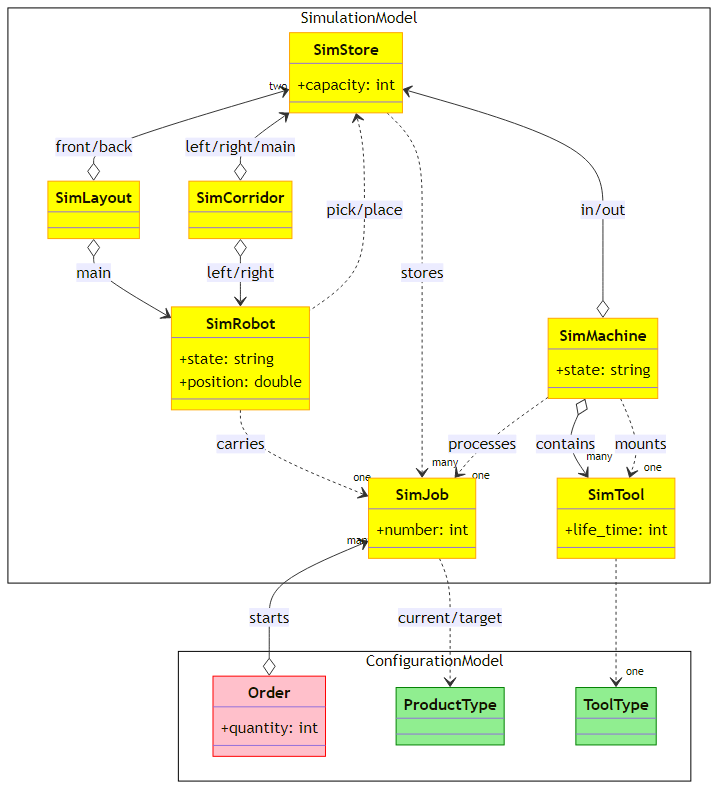
The Mermaid diagram models/simulation-model-full.png in ghackenberg/salabim-grid-plant-3D, before a commit. Its source is kept beside it as models/simulation-model-full.mmd.
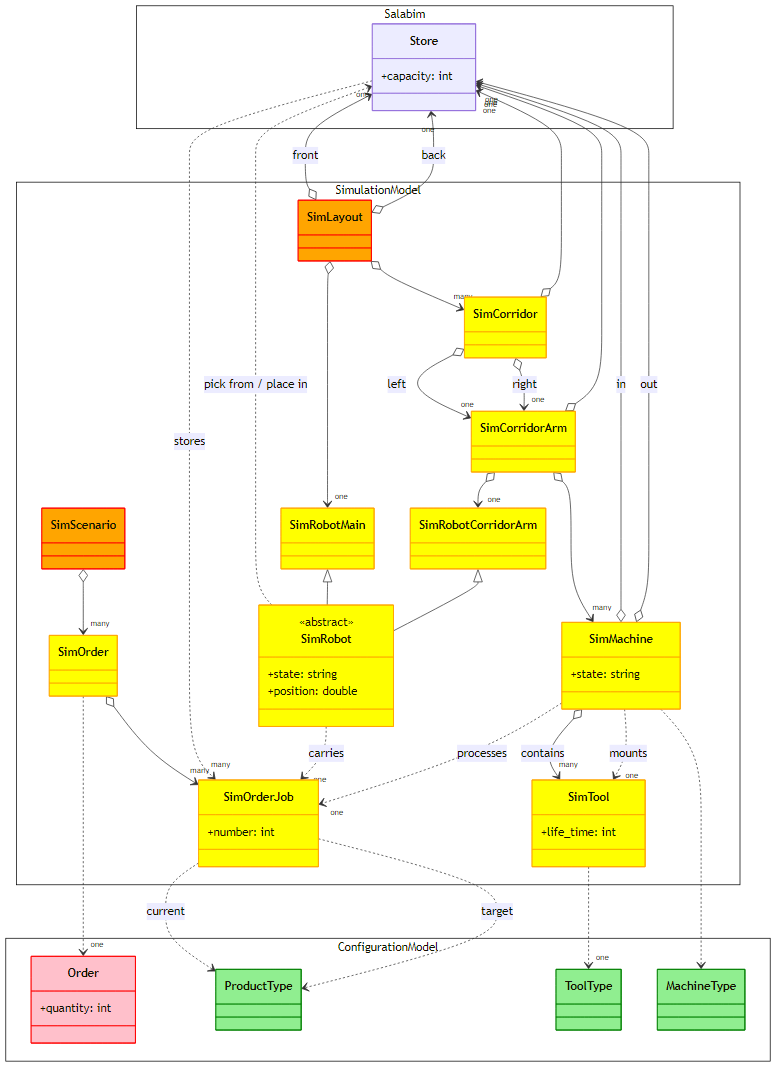
Above is the later version.

Change to the diagram source:
```diff
@@ -1,16 +1,34 @@
 classDiagram
+
+    namespace Salabim {
+
+        class Store {
+            +capacity: int
+        }
+
+    }
 
     namespace SimulationModel {
 
-        class SimStore {
-            +capacity: int
+        class SimScenario {
+
         }
-        class SimJob {
+        class SimOrder {
+
+        }
+        class SimOrderJob {
             +number: int
         }
         class SimRobot {
+            <<abstract>>
             +state: string
             +position: double
+        }
+        class SimRobotMain {
+
+        }
+        class SimRobotCorridorArm {
+
         }
         class SimMachine {
             +state: string
@@ -19,8 +37,13 @@
             +life_time: int
         }
         class SimCorridor {
+
+        }
+        class SimCorridorArm {
+
         }
         class SimLayout {
+
         }
 
     }
@@ -31,33 +54,56 @@
             +quantity: int
         }
         class ProductType {
+
         }
         class ToolType {
+
+        }
+        class MachineType {
+
         }
 
     }
 
-    SimLayout o--> SimRobot: main
+    SimScenario o-->"many" SimOrder
+    SimOrder o-->"many" SimOrderJob
 
-    SimCorridor o--> SimRobot: left/right
+    Store ..>"many" SimOrderJob: stores
 
-    SimStore <.. SimRobot: pick/place
+    SimLayout o-->"one" SimRobotMain
+    SimLayout o-->"many" SimCorridor
 
-    SimRobot ..>"one" SimJob: carries
+    SimCorridor o-->"one" SimCorridorArm: left
+    SimCorridor o-->"one" SimCorridorArm: right
 
-    SimStore ..>"many" SimJob: stores
-    SimStore <--o SimMachine: in/out
-    SimStore <--o SimCorridor: left/right/main
-    SimStore "two"<--o SimLayout: front/back
+    SimCorridorArm o-->"one" SimRobotCorridorArm
+    SimCorridorArm o-->"many" SimMachine
 
-    SimMachine ..>"one" SimJob: processes
+    Store <.. SimRobot: pick from / place in
+
+    SimRobotMain <|-- SimRobot
+    SimRobotCorridorArm <|-- SimRobot
+
+    SimRobot ..>"one" SimOrderJob: carries
+
+    Store "one"<--o SimMachine: in
+    Store "one"<--o SimMachine: out
+    Store "one"<--o SimCorridor
+    Store "one"<--o SimCorridorArm
+    Store "one"<--o SimLayout: front
+    Store "one"<--o SimLayout: back
+
+    SimMachine ..>"one" SimOrderJob: processes
     SimMachine o-->"many" SimTool: contains
     SimMachine ..>"one" SimTool: mounts
 
-    SimJob "many"<--o Order: starts
-    SimJob ..> ProductType: current/target
+    SimOrder ..>"one" Order
+    SimOrderJob ..> ProductType: current
+    SimOrderJob ..> ProductType: target
 
     SimTool ..>"one" ToolType
+
+    SimMachine ..> MachineType
 
 
     style OperationType fill:lightgreen,stroke:green
@@ -72,11 +118,14 @@
     style Corridor fill:lightblue,stroke:blue
     style Machine fill:lightblue,stroke:blue
 
-
+    style SimScenario fill:orange,stroke:red
+    style SimOrder fill:yellow,stroke:orange
+    style SimOrderJob fill:yellow,stroke:orange
     style SimRobot fill:yellow,stroke:orange
-    style SimJob fill:yellow,stroke:orange
+    style SimRobotMain fill:yellow,stroke:orange
+    style SimRobotCorridorArm fill:yellow,stroke:orange
     style SimMachine fill:yellow,stroke:orange
     style SimTool fill:yellow,stroke:orange
-    style SimStore fill:yellow,stroke:orange
     style SimCorridor fill:yellow,stroke:orange
-    style SimLayout fill:yellow,stroke:orange
+    style SimCorridorArm fill:yellow,stroke:orange
+    style SimLayout fill:orange,stroke:red
```
